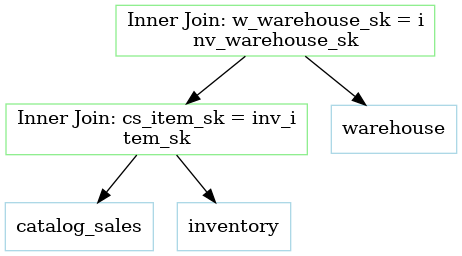
Before: examples/minimal.png, a diagram exported from Graphviz (andygrove/qpml). Its source is kept beside it as examples/minimal.dot.
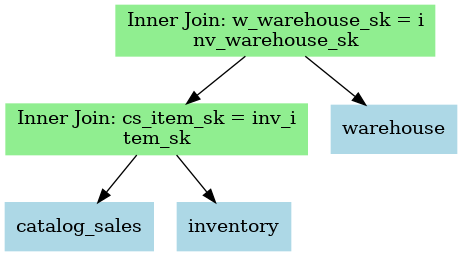
Above is the later version.

Diff of the diagram source:
```diff
@@ -1,12 +1,12 @@
 digraph G {
 
-node0 [shape=box; label="Inner Join: w_warehouse_sk = i\nnv_warehouse_sk"; color="lightgreen"];
+node0 [shape=box; label="Inner Join: w_warehouse_sk = i\nnv_warehouse_sk"; color="lightgreen"; fillcolor="lightgreen"; style="filled"];
 	node0 -> node0_0;
-node0_0 [shape=box; label="Inner Join: cs_item_sk = inv_i\ntem_sk"; color="lightgreen"];
+node0_0 [shape=box; label="Inner Join: cs_item_sk = inv_i\ntem_sk"; color="lightgreen"; fillcolor="lightgreen"; style="filled"];
 	node0_0 -> node0_0_0;
-node0_0_0 [shape=box; label="catalog_sales"; color="lightblue"];
+node0_0_0 [shape=box; label="catalog_sales"; color="lightblue"; fillcolor="lightblue"; style="filled"];
 	node0_0 -> node0_0_1;
-node0_0_1 [shape=box; label="inventory"; color="lightblue"];
+node0_0_1 [shape=box; label="inventory"; color="lightblue"; fillcolor="lightblue"; style="filled"];
 	node0 -> node0_1;
-node0_1 [shape=box; label="warehouse"; color="lightblue"];
+node0_1 [shape=box; label="warehouse"; color="lightblue"; fillcolor="lightblue"; style="filled"];
 }
```
